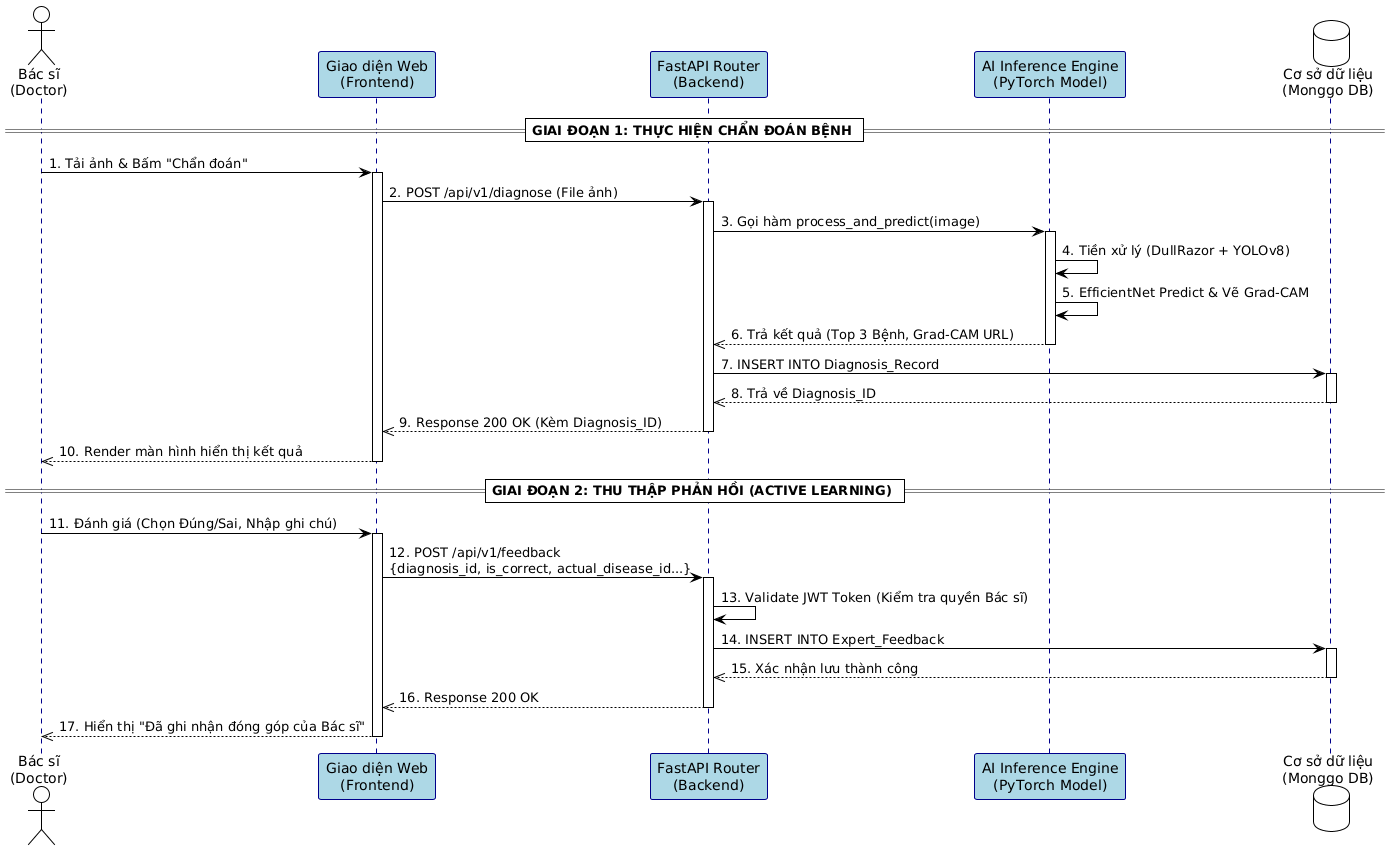
Earlier version of the PlantUML export research/uml/sequence.png (DHK-jv/Dermatology-Diagnosis-Model). Its diagram source:
```plantuml
@startuml
!theme plain
skinparam sequence {
    ParticipantBackgroundColor LightBlue
    ParticipantBorderColor DarkBlue
    LifeLineBorderColor DarkBlue
}

actor "Bác sĩ\n(Doctor)" as Doctor
participant "Giao diện Web\n(Frontend)" as UI
participant "FastAPI Router\n(Backend)" as API
participant "AI Inference Engine\n(PyTorch Model)" as AI
database "Cơ sở dữ liệu\n(Monggo DB)" as DB

== GIAI ĐOẠN 1: THỰC HIỆN CHẨN ĐOÁN BỆNH ==

Doctor -> UI : 1. Tải ảnh & Bấm "Chẩn đoán"
activate UI

UI -> API : 2. POST /api/v1/diagnose (File ảnh)
activate API

API -> AI : 3. Gọi hàm process_and_predict(image)
activate AI

AI -> AI : 4. Tiền xử lý (DullRazor + YOLOv8)
AI -> AI : 5. EfficientNet Predict & Vẽ Grad-CAM
AI -->> API : 6. Trả kết quả (Top 3 Bệnh, Grad-CAM URL)
deactivate AI

API -> DB : 7. INSERT INTO Diagnosis_Record
activate DB
DB -->> API : 8. Trả về Diagnosis_ID
deactivate DB

API -->> UI : 9. Response 200 OK (Kèm Diagnosis_ID)
deactivate API

UI -->> Doctor : 10. Render màn hình hiển thị kết quả
deactivate UI

== GIAI ĐOẠN 2: THU THẬP PHẢN HỒI (ACTIVE LEARNING) ==

Doctor -> UI : 11. Đánh giá (Chọn Đúng/Sai, Nhập ghi chú)
activate UI

UI -> API : 12. POST /api/v1/feedback \n{diagnosis_id, is_correct, actual_disease_id...}
activate API

API -> API : 13. Validate JWT Token (Kiểm tra quyền Bác sĩ)

API -> DB : 14. INSERT INTO Expert_Feedback
activate DB
DB -->> API : 15. Xác nhận lưu thành công
deactivate DB

API -->> UI : 16. Response 200 OK
deactivate API

UI -->> Doctor : 17. Hiển thị "Đã ghi nhận đóng góp của Bác sĩ"
deactivate UI
@enduml
```
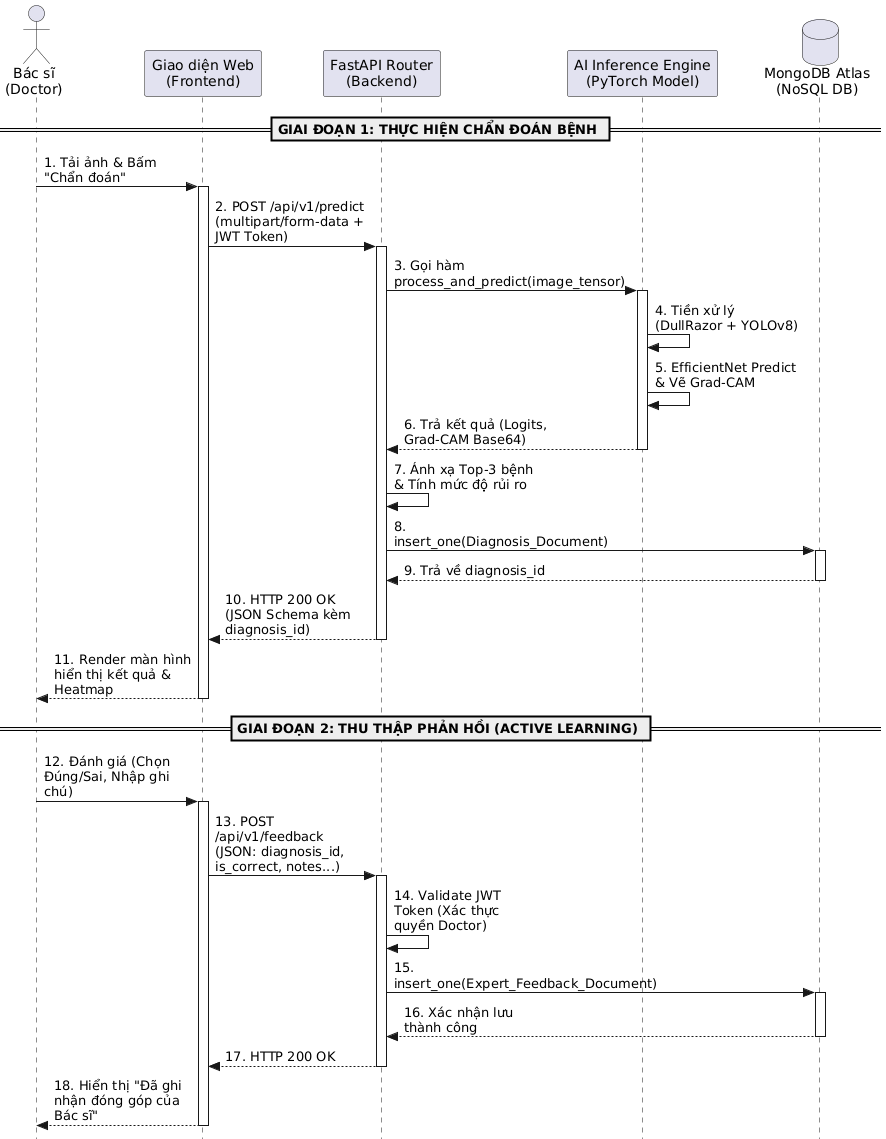
After the change.

The edit, as a diff of the source:
```diff
@@ -1,62 +1,53 @@
 @startuml
-!theme plain
-skinparam sequence {
-    ParticipantBackgroundColor LightBlue
-    ParticipantBorderColor DarkBlue
-    LifeLineBorderColor DarkBlue
-}
+skinparam style strictuml
+skinparam maxMessageSize 150
 
-actor "Bác sĩ\n(Doctor)" as Doctor
-participant "Giao diện Web\n(Frontend)" as UI
-participant "FastAPI Router\n(Backend)" as API
+actor "Bác sĩ\n(Doctor)" as Doc
+participant "Giao diện Web\n(Frontend)" as FE
+participant "FastAPI Router\n(Backend)" as BE
 participant "AI Inference Engine\n(PyTorch Model)" as AI
-database "Cơ sở dữ liệu\n(Monggo DB)" as DB
+database "MongoDB Atlas\n(NoSQL DB)" as DB
 
 == GIAI ĐOẠN 1: THỰC HIỆN CHẨN ĐOÁN BỆNH ==
 
-Doctor -> UI : 1. Tải ảnh & Bấm "Chẩn đoán"
-activate UI
+Doc -> FE: 1. Tải ảnh & Bấm "Chẩn đoán"
+activate FE
+FE -> BE: 2. POST /api/v1/predict (multipart/form-data + JWT Token)
+activate BE
 
-UI -> API : 2. POST /api/v1/diagnose (File ảnh)
-activate API
-
-API -> AI : 3. Gọi hàm process_and_predict(image)
+BE -> AI: 3. Gọi hàm process_and_predict(image_tensor)
 activate AI
-
-AI -> AI : 4. Tiền xử lý (DullRazor + YOLOv8)
-AI -> AI : 5. EfficientNet Predict & Vẽ Grad-CAM
-AI -->> API : 6. Trả kết quả (Top 3 Bệnh, Grad-CAM URL)
+AI -> AI: 4. Tiền xử lý (DullRazor + YOLOv8)
+AI -> AI: 5. EfficientNet Predict & Vẽ Grad-CAM
+AI --> BE: 6. Trả kết quả (Logits, Grad-CAM Base64)
 deactivate AI
 
-API -> DB : 7. INSERT INTO Diagnosis_Record
+BE -> BE: 7. Ánh xạ Top-3 bệnh & Tính mức độ rủi ro
+BE -> DB: 8. insert_one(Diagnosis_Document)
 activate DB
-DB -->> API : 8. Trả về Diagnosis_ID
+DB --> BE: 9. Trả về diagnosis_id
 deactivate DB
 
-API -->> UI : 9. Response 200 OK (Kèm Diagnosis_ID)
-deactivate API
-
-UI -->> Doctor : 10. Render màn hình hiển thị kết quả
-deactivate UI
+BE --> FE: 10. HTTP 200 OK (JSON Schema kèm diagnosis_id)
+deactivate BE
+FE --> Doc: 11. Render màn hình hiển thị kết quả & Heatmap
+deactivate FE
 
 == GIAI ĐOẠN 2: THU THẬP PHẢN HỒI (ACTIVE LEARNING) ==
 
-Doctor -> UI : 11. Đánh giá (Chọn Đúng/Sai, Nhập ghi chú)
-activate UI
+Doc -> FE: 12. Đánh giá (Chọn Đúng/Sai, Nhập ghi chú)
+activate FE
+FE -> BE: 13. POST /api/v1/feedback (JSON: diagnosis_id, is_correct, notes...)
+activate BE
 
-UI -> API : 12. POST /api/v1/feedback \n{diagnosis_id, is_correct, actual_disease_id...}
-activate API
-
-API -> API : 13. Validate JWT Token (Kiểm tra quyền Bác sĩ)
-
-API -> DB : 14. INSERT INTO Expert_Feedback
+BE -> BE: 14. Validate JWT Token (Xác thực quyền Doctor)
+BE -> DB: 15. insert_one(Expert_Feedback_Document)
 activate DB
-DB -->> API : 15. Xác nhận lưu thành công
+DB --> BE: 16. Xác nhận lưu thành công
 deactivate DB
 
-API -->> UI : 16. Response 200 OK
-deactivate API
-
-UI -->> Doctor : 17. Hiển thị "Đã ghi nhận đóng góp của Bác sĩ"
-deactivate UI
+BE --> FE: 17. HTTP 200 OK
+deactivate BE
+FE --> Doc: 18. Hiển thị "Đã ghi nhận đóng góp của Bác sĩ"
+deactivate FE
 @enduml
```
